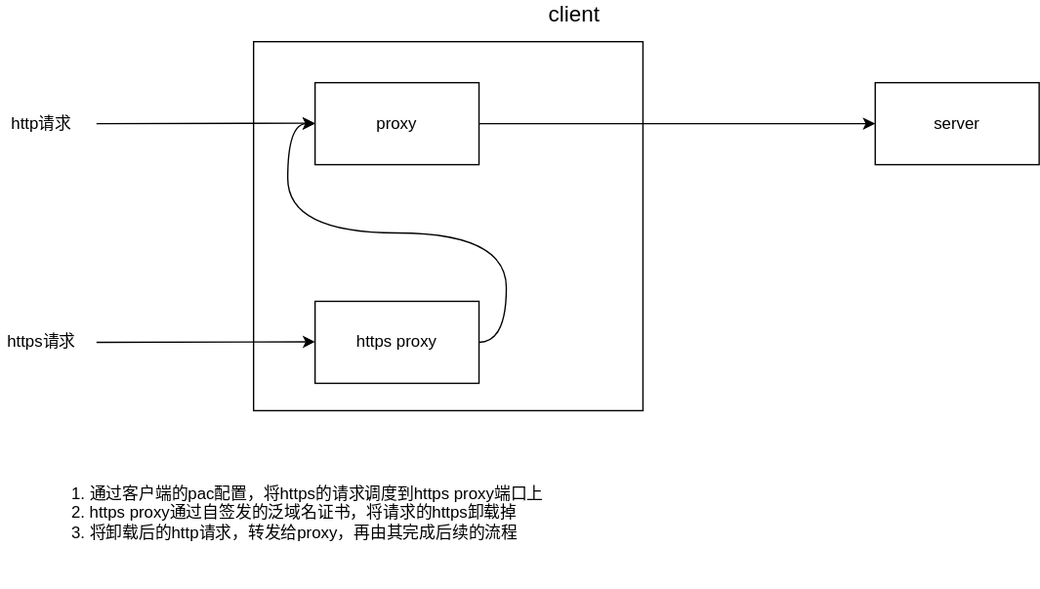
Before: tc_客户端http&https混用场景的处理.svg, a diagram exported from draw.io (c17abab/diag_pics). Source tidied: cells renumbered, new cells last; positions are measured from the earlier drawing's top-left corner, leaving out a move shared by most shapes.
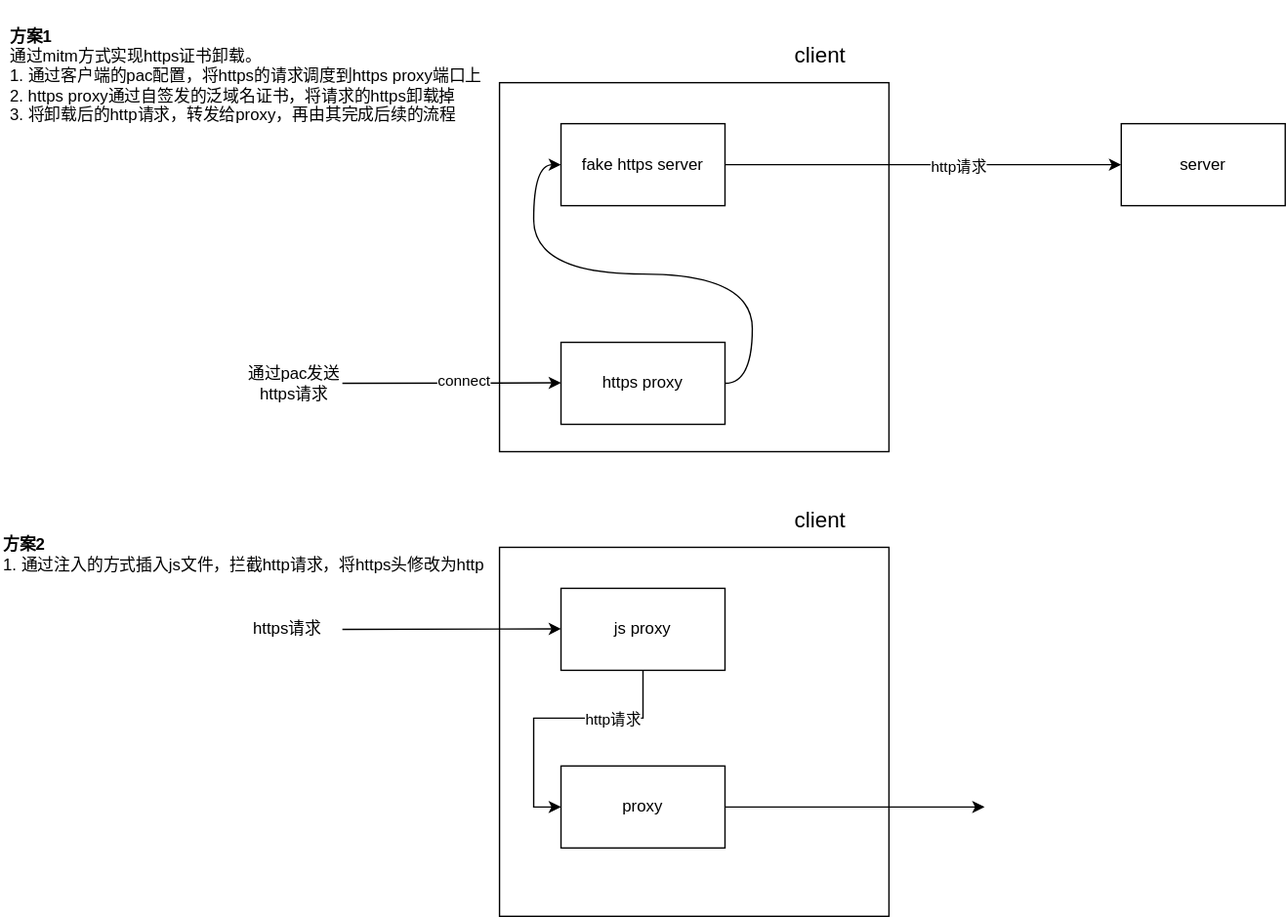
The same diagram one commit later.

Commit message:
更新tc_客户端http&https混用场景的处理.svg

Change to the diagram source:
```diff
@@ -8,7 +8,10 @@
     <mxCell id="3" style="edgeStyle=orthogonalEdgeStyle;curved=1;rounded=0;jettySize=auto;html=1;entryX=0;entryY=0.5;entryDx=0;entryDy=0;" parent="1" edge="1" source="4" target="7">
       <mxGeometry relative="1" as="geometry" />
     </mxCell>
+    <mxCell id="14" value="http请求" style="edgeLabel;html=1;align=center;verticalAlign=middle;" parent="3" vertex="1">
+      <mxGeometry x="0.17" y="-1" relative="1" as="geometry" />
+    </mxCell>
-    <mxCell id="4" value="proxy" style="rounded=0;whiteSpace=wrap;html=1;" parent="1" vertex="1">
+    <mxCell id="4" value="fake https server" style="rounded=0;whiteSpace=wrap;html=1;" parent="1" vertex="1">
       <mxGeometry x="230" y="60" width="120" height="60" as="geometry" />
     </mxCell>
     <mxCell id="5" value="https proxy" style="rounded=0;whiteSpace=wrap;html=1;" parent="1" vertex="1">
@@ -20,29 +23,58 @@
     <mxCell id="7" value="server" style="rounded=0;whiteSpace=wrap;html=1;" parent="1" vertex="1">
       <mxGeometry x="640" y="60" width="120" height="60" as="geometry" />
     </mxCell>
-    <mxCell id="8" style="endArrow=classic;html=1;" parent="1" edge="1">
-      <mxGeometry relative="1" as="geometry">
-        <mxPoint x="70" y="90" as="sourcePoint" />
-        <mxPoint x="230" y="89.7" as="targetPoint" />
-      </mxGeometry>
-    </mxCell>
-    <mxCell id="9" value="http请求" style="text;html=1;strokeColor=none;fillColor=none;align=center;verticalAlign=middle;whiteSpace=wrap;rounded=0;" parent="1" vertex="1">
-      <mxGeometry y="80" width="60" height="20" as="geometry" />
-    </mxCell>
     <mxCell id="10" style="endArrow=classic;html=1;" parent="1" edge="1">
       <mxGeometry relative="1" as="geometry">
         <mxPoint x="70" y="250" as="sourcePoint" />
         <mxPoint x="230" y="249.7" as="targetPoint" />
       </mxGeometry>
     </mxCell>
+    <mxCell id="15" value="connect" style="edgeLabel;html=1;align=center;verticalAlign=middle;" parent="10" vertex="1">
+      <mxGeometry x="0.11" y="2" relative="1" as="geometry" />
+    </mxCell>
-    <mxCell id="11" value="https请求" style="text;html=1;strokeColor=none;fillColor=none;align=center;verticalAlign=middle;whiteSpace=wrap;rounded=0;" parent="1" vertex="1">
-      <mxGeometry y="240" width="60" height="20" as="geometry" />
+    <mxCell id="11" value="通过pac发送https请求" style="text;html=1;strokeColor=none;fillColor=none;align=center;verticalAlign=middle;whiteSpace=wrap;rounded=0;" parent="1" vertex="1">
+      <mxGeometry y="240" width="70" height="20" as="geometry" />
     </mxCell>
     <mxCell id="12" style="edgeStyle=orthogonalEdgeStyle;curved=1;rounded=0;jettySize=auto;html=1;exitX=1;exitY=0.5;exitDx=0;exitDy=0;entryX=0;entryY=0.5;entryDx=0;entryDy=0;" parent="1" edge="1" source="5" target="4">
       <mxGeometry relative="1" as="geometry" />
     </mxCell>
-    <mxCell id="13" value="1. 通过客户端的pac配置，将https的请求调度到https proxy端口上&lt;br&gt;2. https proxy通过自签发的泛域名证书，将请求的https卸载掉&lt;br&gt;3. 将卸载后的http请求，转发给proxy，再由其完成后续的流程" style="text;html=1;strokeColor=none;fillColor=none;align=left;verticalAlign=middle;whiteSpace=wrap;rounded=0;horizontal=1;" parent="1" vertex="1">
-      <mxGeometry x="50" y="320" width="360" height="110" as="geometry" />
+    <mxCell id="13" value="&lt;b&gt;方案1&lt;/b&gt;&lt;br&gt;通过mitm方式实现https证书卸载。&lt;br&gt;1. 通过客户端的pac配置，将https的请求调度到https proxy端口上&lt;br&gt;2. https proxy通过自签发的泛域名证书，将请求的https卸载掉&lt;br&gt;3. 将卸载后的http请求，转发给proxy，再由其完成后续的流程" style="text;html=1;strokeColor=none;fillColor=none;align=left;verticalAlign=middle;whiteSpace=wrap;rounded=0;horizontal=1;" parent="1" vertex="1">
+      <mxGeometry x="-175" y="-30" width="360" height="110" as="geometry" />
     </mxCell>
+    <mxCell id="16" value="&lt;b&gt;方案2&lt;/b&gt;&lt;br&gt;1. 通过注入的方式插入js文件，拦截http请求，将https头修改为http" style="text;html=1;strokeColor=none;fillColor=none;align=left;verticalAlign=middle;whiteSpace=wrap;rounded=0;horizontal=1;" parent="1" vertex="1">
+      <mxGeometry x="-180" y="320" width="360" height="110" as="geometry" />
+    </mxCell>
+    <mxCell id="17" style="rounded=0;whiteSpace=wrap;html=1;fillColor=none;" parent="1" vertex="1">
+      <mxGeometry x="185" y="370" width="285" height="270" as="geometry" />
+    </mxCell>
+    <mxCell id="18" style="edgeStyle=orthogonalEdgeStyle;rounded=0;jettySize=auto;html=1;entryX=0;entryY=0.5;entryDx=0;entryDy=0;" parent="1" edge="1" source="20" target="25">
+      <mxGeometry relative="1" as="geometry" />
+    </mxCell>
+    <mxCell id="19" value="http请求" style="edgeLabel;html=1;align=center;verticalAlign=middle;" parent="18" vertex="1">
+      <mxGeometry x="-0.42" relative="1" as="geometry" />
+    </mxCell>
+    <mxCell id="20" value="js proxy" style="rounded=0;whiteSpace=wrap;html=1;" parent="1" vertex="1">
+      <mxGeometry x="230" y="400" width="120" height="60" as="geometry" />
+    </mxCell>
+    <mxCell id="21" value="&lt;font style=&quot;font-size: 16px&quot;&gt;client&lt;/font&gt;" style="text;html=1;strokeColor=none;fillColor=none;align=center;verticalAlign=middle;whiteSpace=wrap;rounded=0;" parent="1" vertex="1">
+      <mxGeometry x="400" y="340" width="40" height="20" as="geometry" />
+    </mxCell>
+    <mxCell id="22" style="endArrow=classic;html=1;" parent="1" edge="1">
+      <mxGeometry relative="1" as="geometry">
+        <mxPoint x="70" y="430" as="sourcePoint" />
+        <mxPoint x="230" y="429.7" as="targetPoint" />
+      </mxGeometry>
+    </mxCell>
+    <mxCell id="23" value="https请求" style="text;html=1;strokeColor=none;fillColor=none;align=center;verticalAlign=middle;whiteSpace=wrap;rounded=0;" parent="1" vertex="1">
+      <mxGeometry y="420" width="60" height="20" as="geometry" />
+    </mxCell>
+    <mxCell id="24" style="edgeStyle=orthogonalEdgeStyle;rounded=0;jettySize=auto;html=1;" parent="1" edge="1" source="25">
+      <mxGeometry relative="1" as="geometry">
+        <mxPoint x="540" y="560" as="targetPoint" />
+      </mxGeometry>
+    </mxCell>
+    <mxCell id="25" value="proxy" style="rounded=0;whiteSpace=wrap;html=1;" parent="1" vertex="1">
+      <mxGeometry x="230" y="530" width="120" height="60" as="geometry" />
+    </mxCell>
   </root>
 </mxGraphModel>
```
